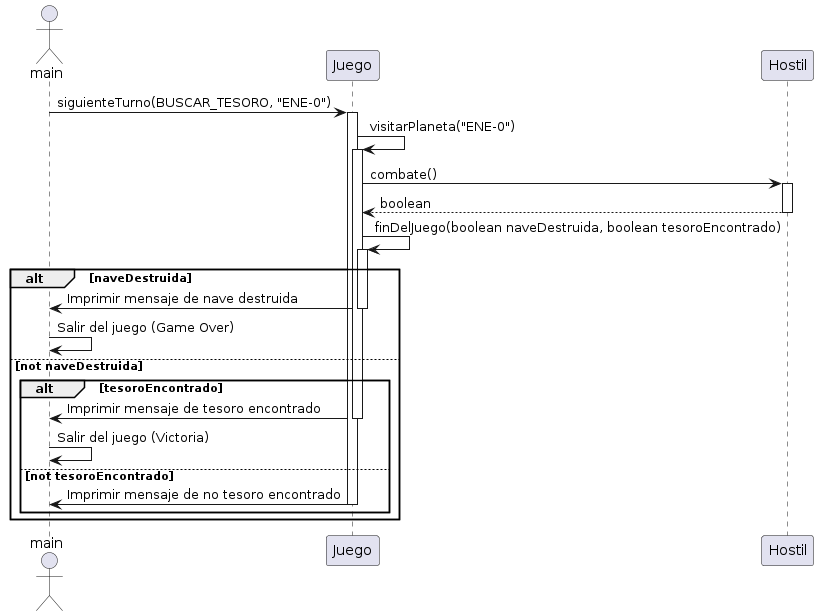
Before: src/main/java/org/example/Diagrams/DiagramaDeSecuenciaCombate.png, a diagram exported from PlantUML (ianlio-git/LostGalaxy).
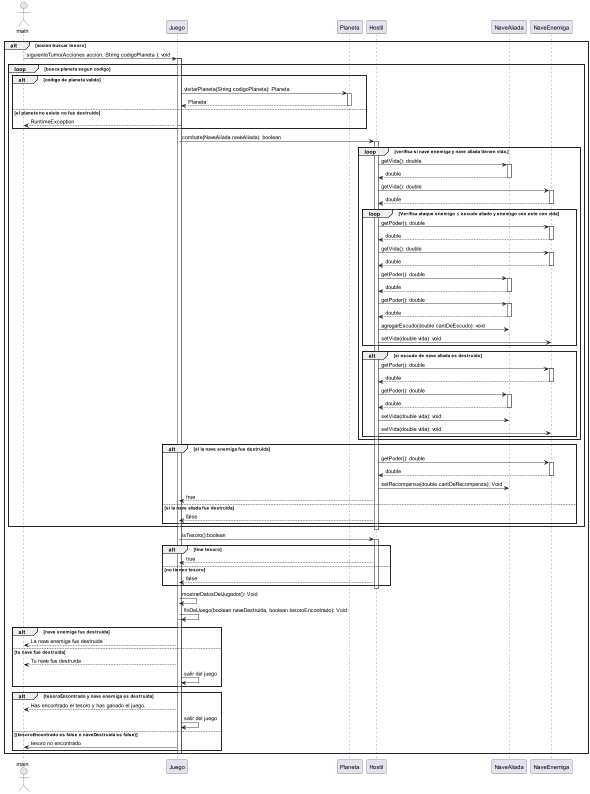
The same diagram one commit later.

Diff of the diagram source:
```diff
@@ -1,31 +1,114 @@
 @startuml
 actor main
-participant Juego
-participant Hostil
 
-main -> Juego: siguienteTurno(BUSCAR_TESORO, "ENE-0")
+alt accion buscar tesoro
+
+main->Juego: siguienteTurno(Acciones accion, String codigoPlaneta ): void
 activate Juego
-Juego -> Juego: visitarPlaneta("ENE-0")
+    loop busca planeta segun codigo
+        alt codigo de planeta valido
+            activate Juego
+                Juego -> Planeta: visitarPlaneta(String codigoPlaneta): Planeta
+            activate Planeta
+                Planeta --> Juego: Planeta
+            deactivate Planeta
+        else el planeta no existe no fue destruido
+                Juego --> main : RuntimeException
+            deactivate Juego
+end
+Juego -> Hostil: combate(NaveAliada naveAliada): boolean
+activate Hostil
+    loop verifica si nave enemiga y nave aliada tienen vida.
+
+        Hostil -> NaveAliada: getVida(): double
+        activate NaveAliada
+        NaveAliada --> Hostil: double
+        deactivate NaveAliada
+
+        Hostil -> NaveEnemiga: getVida(): double
+        activate NaveEnemiga
+        NaveEnemiga --> Hostil: double
+        deactivate NaveEnemiga
+
+            loop Verifica ataque enemigo ≤ escudo aliado y enemigo con este con vida
+
+                Hostil -> NaveEnemiga: getPoder(): double
+                activate NaveEnemiga
+                NaveEnemiga --> Hostil: double
+                deactivate NaveEnemiga
+
+                Hostil -> NaveEnemiga: getVida(): double
+                activate NaveEnemiga
+                NaveEnemiga --> Hostil: double
+                deactivate NaveEnemiga
+
+                Hostil -> NaveAliada: getPoder(): double
+                activate NaveAliada
+                NaveAliada --> Hostil: double
+                deactivate NaveAliada
+
+                Hostil -> NaveAliada: getPoder(): double
+                activate NaveAliada
+                NaveAliada --> Hostil: double
+                deactivate NaveAliada
+
+                Hostil -> NaveAliada: agregarEscudo(double cantDeEscudo): void
+                Hostil -> NaveEnemiga: setVida(double vida): void
+            end
+            alt si escudo de nave aliada es destruido
+
+                Hostil -> NaveEnemiga: getPoder(): double
+                activate NaveEnemiga
+                NaveEnemiga --> Hostil: double
+                deactivate NaveEnemiga
+
+                Hostil -> NaveAliada: getPoder(): double
+                activate NaveAliada
+                NaveAliada --> Hostil: double
+                deactivate NaveAliada
+                Hostil -> NaveAliada: setVida(double vida): void
+                Hostil -> NaveEnemiga: setVida(double vida): void
+            end
+    end
+    alt si la nave enemiga fue destruida
+        Hostil -> NaveEnemiga: getPoder(): double
+        activate NaveEnemiga
+        NaveEnemiga --> Hostil: double
+        deactivate NaveEnemiga
+        Hostil -> NaveAliada: setRecompensa(double cantDeRecompenza): Void
+        Hostil --> Juego : true
+    else si la nave aliada fue destruida
+        Hostil --> Juego : false
+    end
+    end
+deactivate Hostil
+
+Juego -> Hostil: isTesoro():boolean
+    activate Hostil
+    alt tine tesoro
+        Hostil-->Juego: true
+    else no tienen tesoro
+        Hostil-->Juego: false
+    end
+    deactivate Hostil
+
+Juego->Juego: mostrarDatosDelJugador(): Void
+Juego->Juego: finDelJuego(boolean naveDestruida, boolean tesoroEncontrado): Void
 activate Juego
-Juego -> Hostil: combate()
-activate Hostil
-Hostil --> Juego: boolean
-deactivate Hostil
-Juego -> Juego: finDelJuego(boolean naveDestruida, boolean tesoroEncontrado)
-activate Juego
-alt naveDestruida
-    Juego -> main: Imprimir mensaje de nave destruida
-    deactivate Juego
-    main -> main: Salir del juego (Game Over)
-else not naveDestruida
-    alt tesoroEncontrado
-        Juego -> main: Imprimir mensaje de tesoro encontrado
-        deactivate Juego
-        main -> main: Salir del juego (Victoria)
-    else not tesoroEncontrado
-        Juego -> main: Imprimir mensaje de no tesoro encontrado
-        deactivate Juego
+    alt nave enemiga fue destruida
+        Juego --> main: La nave enemiga fue destruida
+    else tu nave fue destruida
+        Juego --> main: Tu nave fue destruida
+        Juego -> Juego: salir del juego
     end
+
+    alt tesoroEncontrado y nave enemiga es destruida
+        Juego --> main: Has encontrado el tesoro y has ganado el juego.
+        Juego -> Juego: salir del juego
+    else (tesoroEncontrado es false o naveDestruida es false)
+        Juego -> main: tesoro no encontrado
+    end
+deactivate Juego
+deactivate Juego
 end
-deactivate Juego
 @enduml
```
